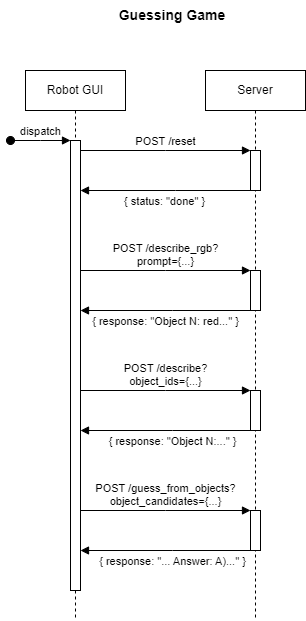
Above: resources/guessing_game_flow.png in clear-nus/octopi-1.5 (draw.io), before the change. Source tidied: cells renumbered, new cells last; positions are measured from the earlier drawing's top-left corner, leaving out a move shared by most shapes.
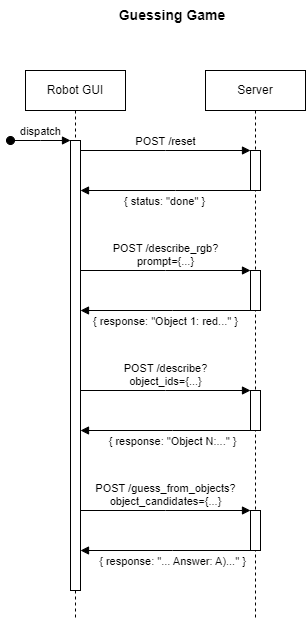
After the change.

Commit message:
Add new API diagram

What changed in the source:
```diff
@@ -56,7 +56,7 @@
         </Array>
       </mxGeometry>
     </mxCell>
-    <mxCell id="14" value="{ response: &quot;Object N: red...&quot; }" style="html=1;verticalAlign=bottom;endArrow=block;edgeStyle=elbowEdgeStyle;elbow=horizontal;curved=0;rounded=0;" parent="1" edge="1" target="3">
+    <mxCell id="14" value="{ response: &quot;Object 1: red...&quot; }" style="html=1;verticalAlign=bottom;endArrow=block;edgeStyle=elbowEdgeStyle;elbow=horizontal;curved=0;rounded=0;" parent="1" edge="1" target="3">
       <mxGeometry x="0.01" y="20" relative="1" as="geometry">
         <mxPoint x="241" y="310" as="sourcePoint" />
         <Array as="points">
```
